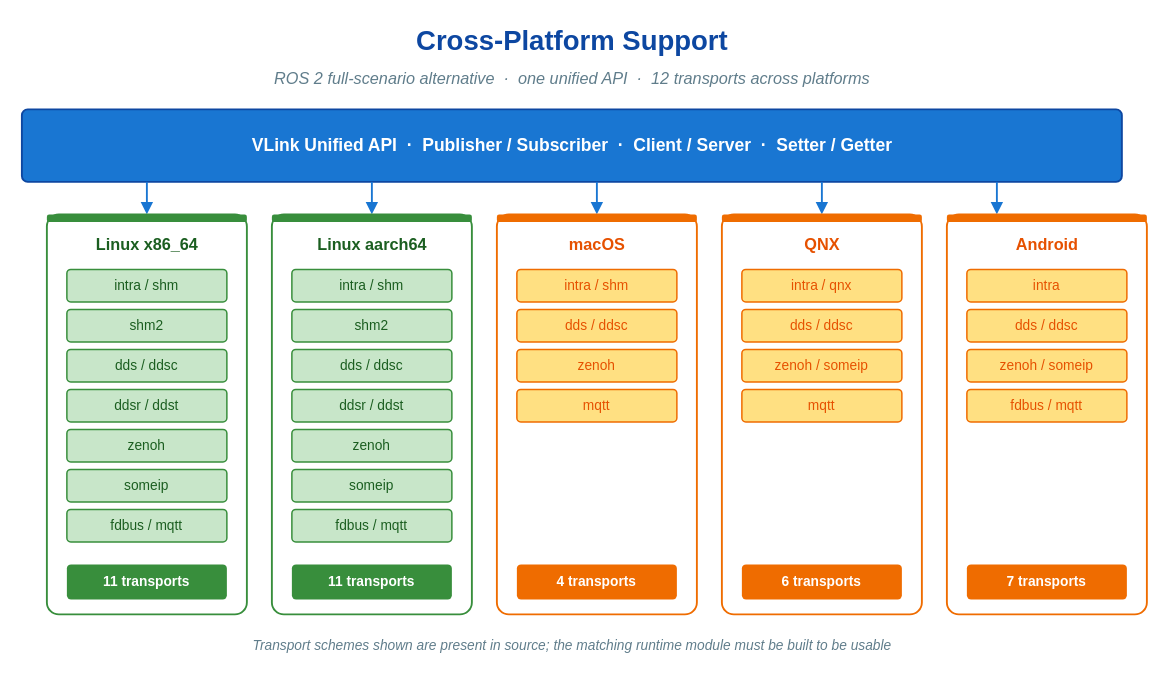
This is doc/images/cross-platform-support.drawio from thun-res/vlink, a draw.io file, before an edit. Source tidied: cells renumbered, new cells numbered last; positions are measured from the earlier drawing's top-left corner, leaving out a move shared by most shapes. Both pictures are drawn from the tidied source at 125%, with x=0, y=0 at pixel (21, 21).
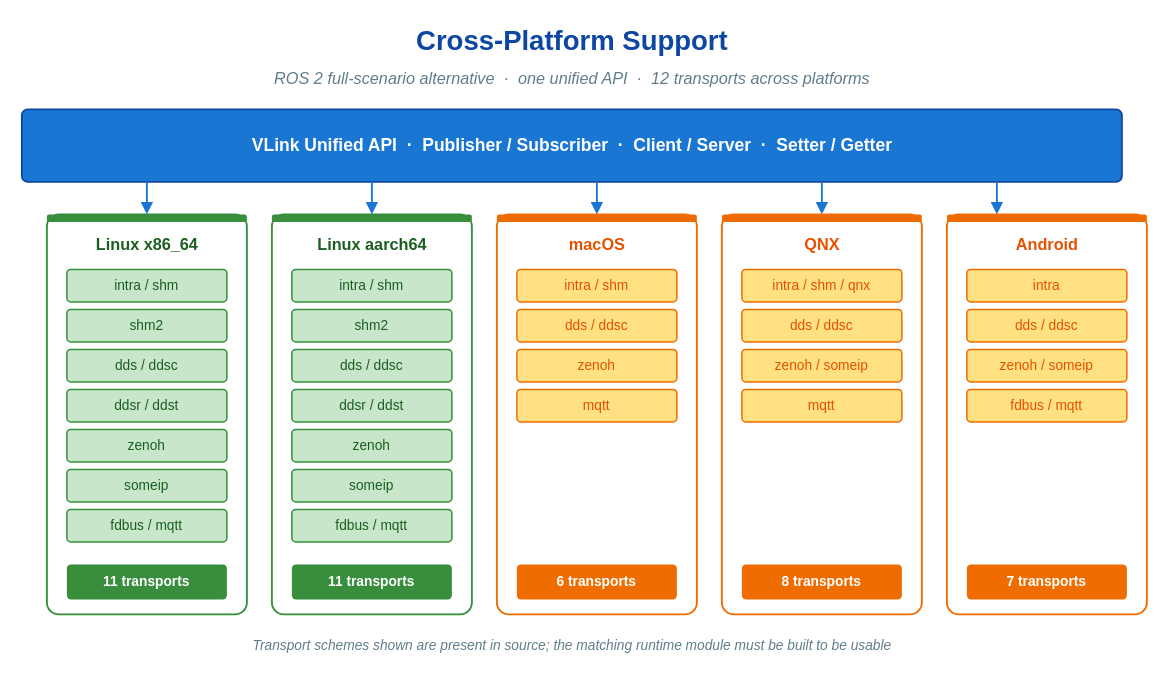
After the change.

Diff of the diagram source:
```diff
@@
-    <mxCell id="40" value="4 transports" style="rounded=1;whiteSpace=wrap;html=1;fillColor=#ef6c00;strokeColor=none;fontFamily=Helvetica;fontSize=11;fontStyle=1;fontColor=#ffffff;align=center;arcSize=12;" parent="1" vertex="1">
+    <mxCell id="40" value="6 transports" style="rounded=1;whiteSpace=wrap;html=1;fillColor=#ef6c00;strokeColor=none;fontFamily=Helvetica;fontSize=11;fontStyle=1;fontColor=#ffffff;align=center;arcSize=12;" parent="1" vertex="1">
       <mxGeometry x="396" y="434" width="128" height="28" as="geometry" />
     </mxCell>
@@
-    <mxCell id="44" value="intra / qnx" style="rounded=1;whiteSpace=wrap;html=1;fillColor=#ffe082;strokeColor=#ef6c00;strokeWidth=1.2;fontFamily=Helvetica;fontSize=11;fontColor=#e65100;align=center;arcSize=12;" parent="1" vertex="1">
+    <mxCell id="44" value="intra / shm / qnx" style="rounded=1;whiteSpace=wrap;html=1;fillColor=#ffe082;strokeColor=#ef6c00;strokeWidth=1.2;fontFamily=Helvetica;fontSize=11;fontColor=#e65100;align=center;arcSize=12;" parent="1" vertex="1">
       <mxGeometry x="576" y="198" width="128" height="26" as="geometry" />
     </mxCell>
@@
-    <mxCell id="48" value="6 transports" style="rounded=1;whiteSpace=wrap;html=1;fillColor=#ef6c00;strokeColor=none;fontFamily=Helvetica;fontSize=11;fontStyle=1;fontColor=#ffffff;align=center;arcSize=12;" parent="1" vertex="1">
+    <mxCell id="48" value="8 transports" style="rounded=1;whiteSpace=wrap;html=1;fillColor=#ef6c00;strokeColor=none;fontFamily=Helvetica;fontSize=11;fontStyle=1;fontColor=#ffffff;align=center;arcSize=12;" parent="1" vertex="1">
       <mxGeometry x="576" y="434" width="128" height="28" as="geometry" />
     </mxCell>
```
